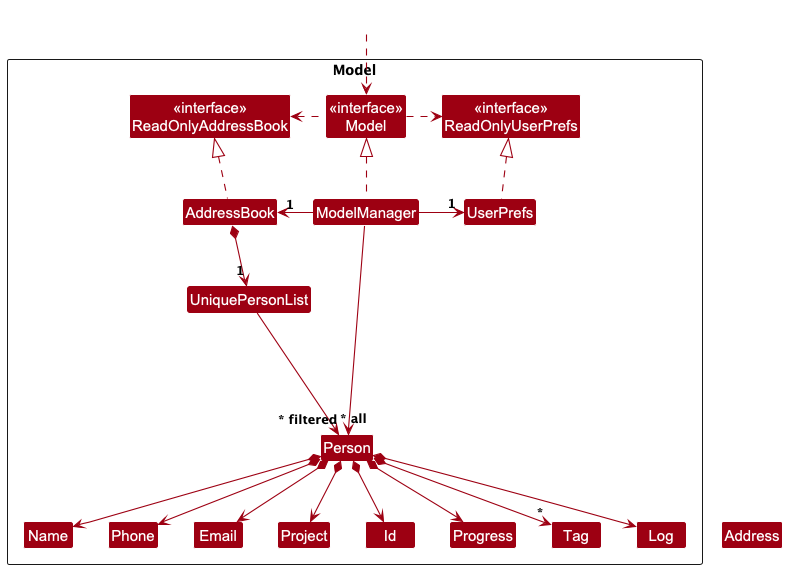
This is docs/images/ModelClassDiagram.png from swatirajesh277/tp, a PlantUML export, as it was before one commit. The source it was exported from:
```plantuml
@startuml
!include style.puml
skinparam arrowThickness 1.1
skinparam arrowColor MODEL_COLOR
skinparam classBackgroundColor MODEL_COLOR

Package Model as ModelPackage <<Rectangle>>{
Class "<<interface>>\nReadOnlyAddressBook" as ReadOnlyAddressBook
Class "<<interface>>\nReadOnlyUserPrefs" as ReadOnlyUserPrefs
Class "<<interface>>\nModel" as Model
Class AddressBook
Class ModelManager
Class UserPrefs

Class UniquePersonList
Class Person
Class Project
Class Email
Class Name
Class Id
Class Phone
Class Progress
Class Tag
Class Log

Class I #FFFFFF
}

Class HiddenOutside #FFFFFF
HiddenOutside ..> Model

AddressBook .up.|> ReadOnlyAddressBook

ModelManager .up.|> Model
Model .right.> ReadOnlyUserPrefs
Model .left.> ReadOnlyAddressBook
ModelManager -left-> "1" AddressBook
ModelManager -right-> "1" UserPrefs
UserPrefs .up.|> ReadOnlyUserPrefs

AddressBook *--> "1" UniquePersonList
UniquePersonList --> "~* all" Person
Person *--> Name
Person *--> Id
Person *--> Phone
Person *--> Email
Person *--> Project
Person *--> Progress
Person *--> Log
Person *--> "*" Tag

Person -[hidden]up--> I
UniquePersonList -[hidden]right-> I

Name -[hidden]right-> Phone
Phone -[hidden]right-> Address
Address -[hidden]right-> Email

ModelManager --> "~* filtered" Person
@enduml
```
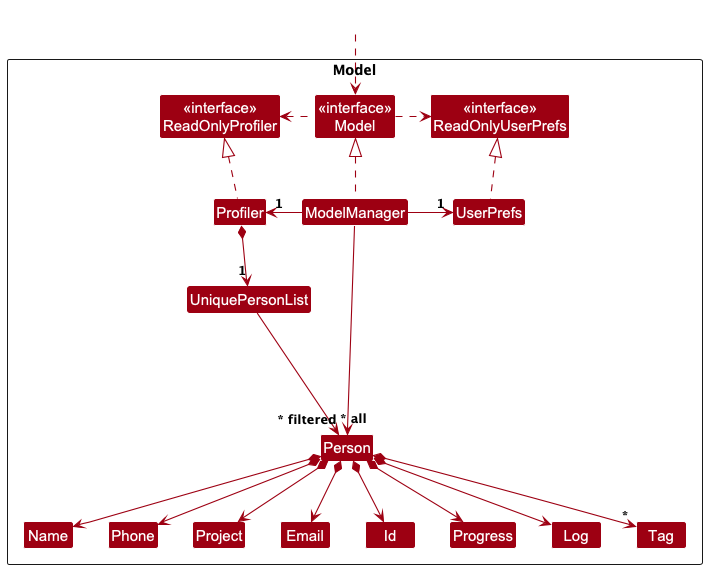
Above is the later version.

Change to the diagram source:
```diff
@@ -5,10 +5,10 @@
 skinparam classBackgroundColor MODEL_COLOR
 
 Package Model as ModelPackage <<Rectangle>>{
-Class "<<interface>>\nReadOnlyAddressBook" as ReadOnlyAddressBook
+Class "<<interface>>\nReadOnlyProfiler" as ReadOnlyProfiler
 Class "<<interface>>\nReadOnlyUserPrefs" as ReadOnlyUserPrefs
 Class "<<interface>>\nModel" as Model
-Class AddressBook
+Class Profiler
 Class ModelManager
 Class UserPrefs
 
@@ -20,8 +20,8 @@
 Class Id
 Class Phone
 Class Progress
+Class Log
 Class Tag
-Class Log
 
 Class I #FFFFFF
 }
@@ -29,16 +29,16 @@
 Class HiddenOutside #FFFFFF
 HiddenOutside ..> Model
 
-AddressBook .up.|> ReadOnlyAddressBook
+Profiler .up.|> ReadOnlyProfiler
 
 ModelManager .up.|> Model
 Model .right.> ReadOnlyUserPrefs
-Model .left.> ReadOnlyAddressBook
-ModelManager -left-> "1" AddressBook
+Model .left.> ReadOnlyProfiler
+ModelManager -left-> "1" Profiler
 ModelManager -right-> "1" UserPrefs
 UserPrefs .up.|> ReadOnlyUserPrefs
 
-AddressBook *--> "1" UniquePersonList
+Profiler *--> "1" UniquePersonList
 UniquePersonList --> "~* all" Person
 Person *--> Name
 Person *--> Id
@@ -49,12 +49,12 @@
 Person *--> Log
 Person *--> "*" Tag
 
+
 Person -[hidden]up--> I
 UniquePersonList -[hidden]right-> I
 
 Name -[hidden]right-> Phone
-Phone -[hidden]right-> Address
-Address -[hidden]right-> Email
+
 
 ModelManager --> "~* filtered" Person
 @enduml
```
